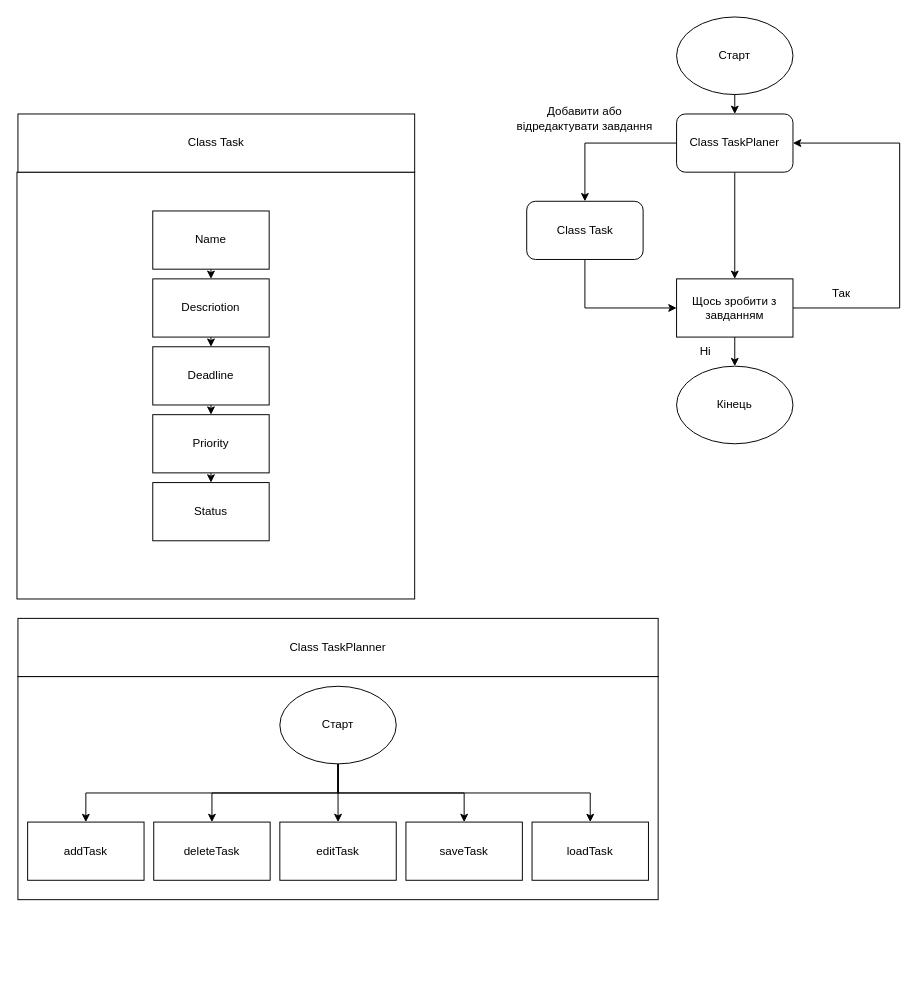
SombreEm/finalprojectc- keeps this draw.io diagram as Діаграма/finalproject.drawio. Above is the earlier version. Source tidied: cells renumbered, new cells numbered last; positions are measured from the earlier drawing's top-left corner, leaving out a move shared by most shapes. Both pictures are drawn from the tidied source at 97%, with x=0, y=0 at pixel (16, 16).
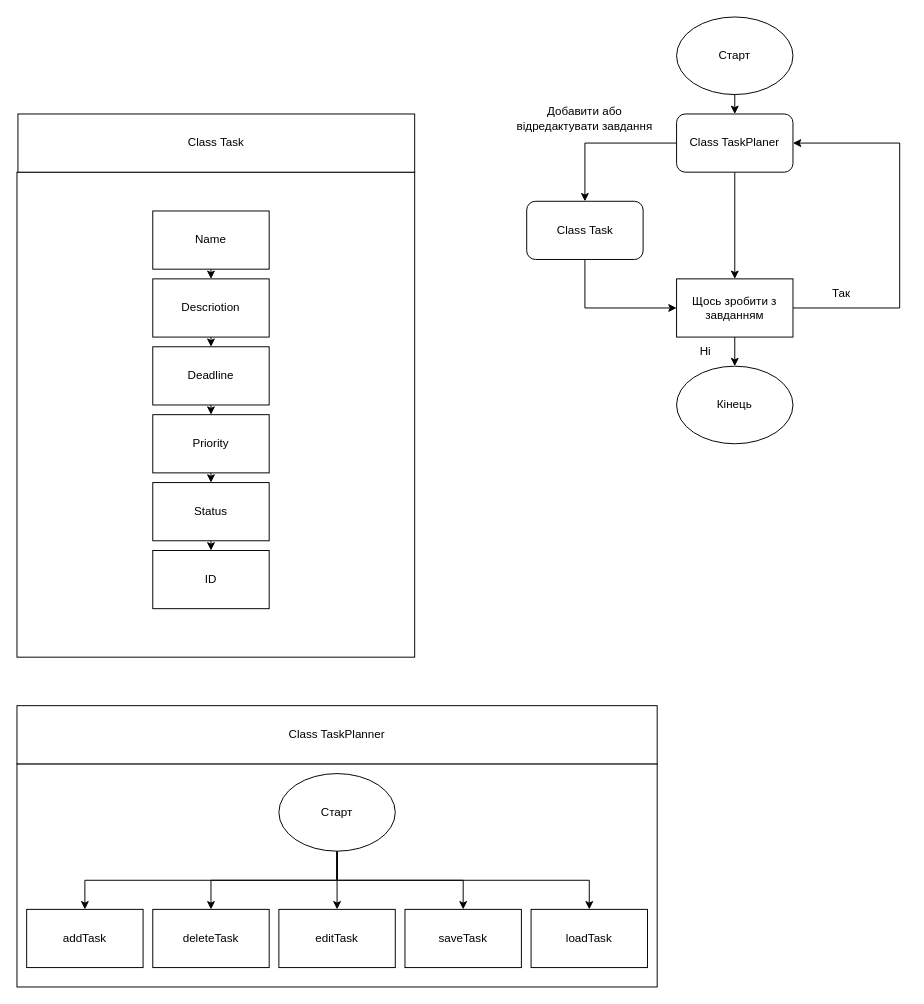
The same diagram, later.

Unchanged cells that the change refers to:
```xml
<mxCell id="11" value="Status" style="rounded=0;whiteSpace=wrap;html=1;" parent="1" vertex="1">
  <mxGeometry x="140" y="480" width="120" height="60" as="geometry" />
</mxCell>
```

What changed in the source:
```diff
@@
     <mxCell id="2" style="rounded=0;whiteSpace=wrap;html=1;" parent="1" vertex="1">
-      <mxGeometry y="160" width="410" height="440" as="geometry" />
+      <mxGeometry y="160" width="410" height="500" as="geometry" />
     </mxCell>
@@
+    <mxCell id="40" style="edgeStyle=orthogonalEdgeStyle;rounded=0;jettySize=auto;html=1;exitX=0.5;exitY=1;exitDx=0;exitDy=0;entryX=0.5;entryY=0;entryDx=0;entryDy=0;" parent="1" edge="1" source="11" target="41">
+      <mxGeometry relative="1" as="geometry" />
+    </mxCell>
@@
     <mxCell id="13" style="rounded=0;whiteSpace=wrap;html=1;" parent="1" vertex="1">
-      <mxGeometry x="1" y="680" width="660" height="230" as="geometry" />
+      <mxGeometry y="770" width="660" height="230" as="geometry" />
     </mxCell>
     <mxCell id="14" value="Class TaskPlanner" style="rounded=0;whiteSpace=wrap;html=1;" parent="1" vertex="1">
-      <mxGeometry x="1" y="620" width="660" height="60" as="geometry" />
+      <mxGeometry y="710" width="660" height="60" as="geometry" />
     </mxCell>
     <mxCell id="15" value="addTask" style="rounded=0;whiteSpace=wrap;html=1;" parent="1" vertex="1">
-      <mxGeometry x="11" y="830" width="120" height="60" as="geometry" />
+      <mxGeometry x="10" y="920" width="120" height="60" as="geometry" />
     </mxCell>
     <mxCell id="16" value="deleteTask" style="rounded=0;whiteSpace=wrap;html=1;" parent="1" vertex="1">
-      <mxGeometry x="141" y="830" width="120" height="60" as="geometry" />
+      <mxGeometry x="140" y="920" width="120" height="60" as="geometry" />
     </mxCell>
     <mxCell id="17" value="editTask" style="rounded=0;whiteSpace=wrap;html=1;" parent="1" vertex="1">
-      <mxGeometry x="271" y="830" width="120" height="60" as="geometry" />
+      <mxGeometry x="270" y="920" width="120" height="60" as="geometry" />
     </mxCell>
     <mxCell id="18" value="saveTask" style="rounded=0;whiteSpace=wrap;html=1;" parent="1" vertex="1">
-      <mxGeometry x="401" y="830" width="120" height="60" as="geometry" />
+      <mxGeometry x="400" y="920" width="120" height="60" as="geometry" />
     </mxCell>
     <mxCell id="19" value="loadTask" style="rounded=0;whiteSpace=wrap;html=1;" parent="1" vertex="1">
-      <mxGeometry x="531" y="830" width="120" height="60" as="geometry" />
+      <mxGeometry x="530" y="920" width="120" height="60" as="geometry" />
     </mxCell>
@@
     <mxCell id="25" value="Cтарт" style="ellipse;whiteSpace=wrap;html=1;" parent="1" vertex="1">
-      <mxGeometry x="271" y="690" width="120" height="80" as="geometry" />
+      <mxGeometry x="270" y="780" width="120" height="80" as="geometry" />
     </mxCell>
@@
+    <mxCell id="41" value="ID" style="rounded=0;whiteSpace=wrap;html=1;" parent="1" vertex="1">
+      <mxGeometry x="140" y="550" width="120" height="60" as="geometry" />
+    </mxCell>
```
